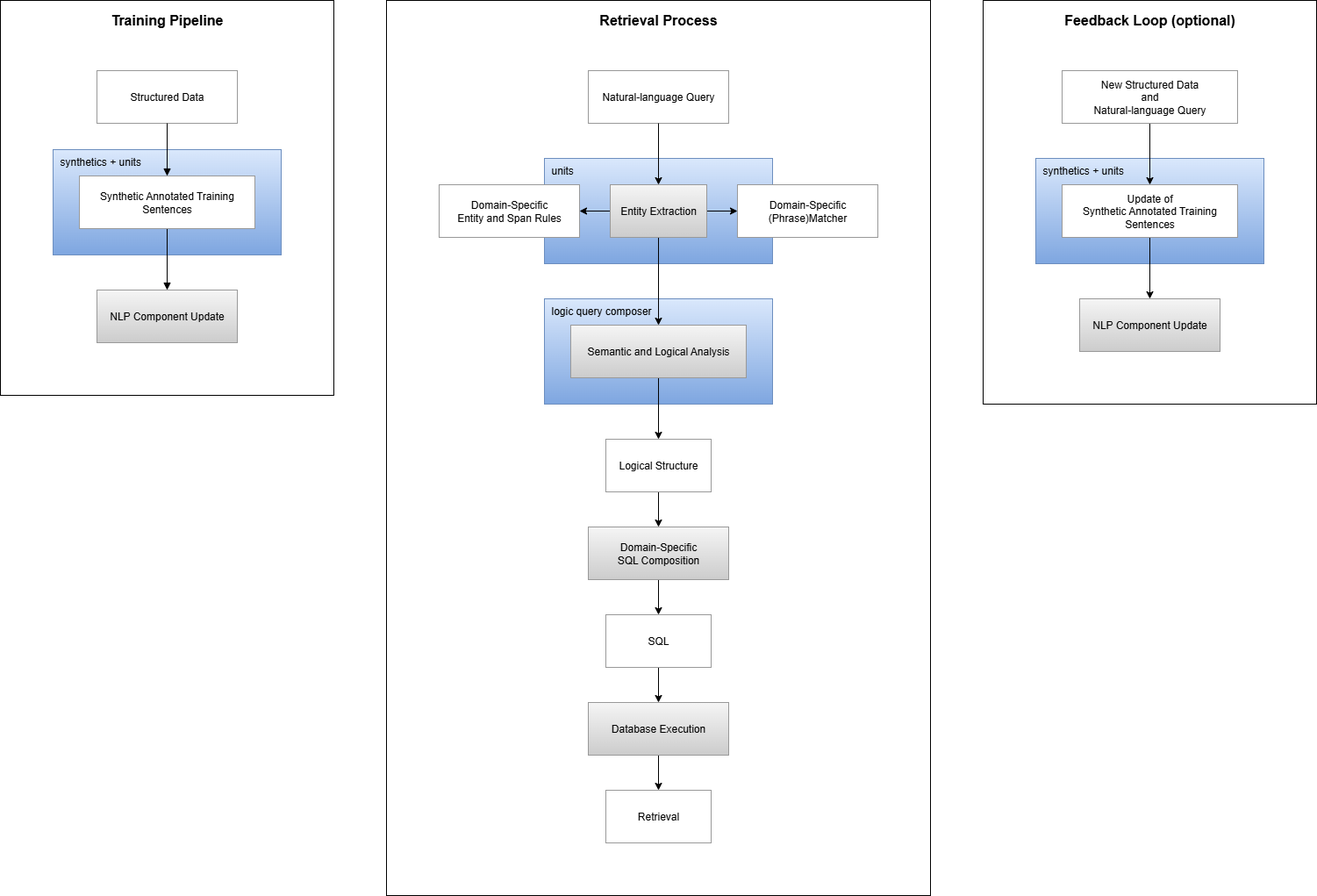
Above: assets/retrieval-process.png in seanox/seanox-ai-nlp (draw.io), before the change. Source tidied: cells renumbered, new cells last; positions are measured from the earlier drawing's top-left corner, leaving out a move shared by most shapes.
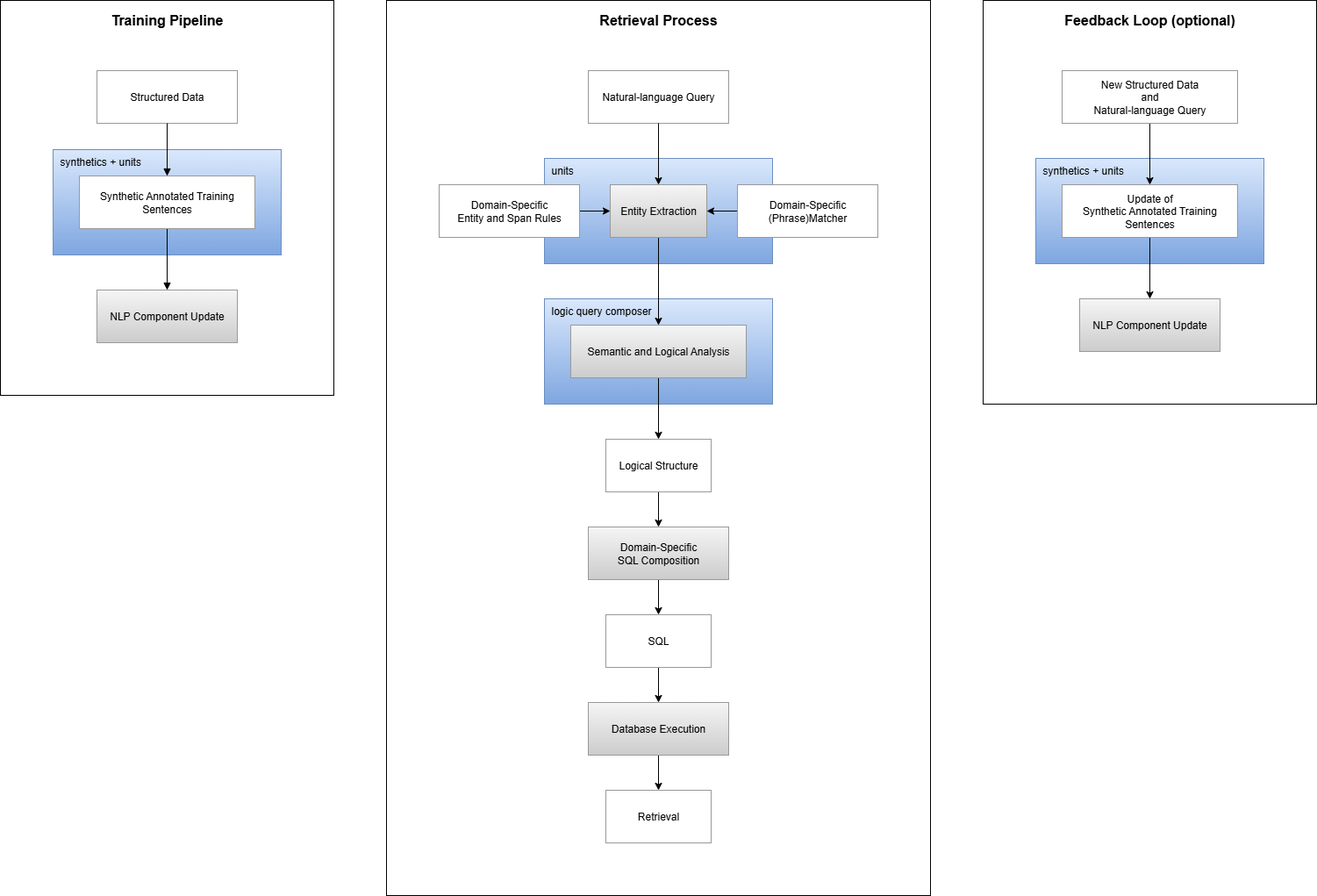
Above is the later version.

What changed in the source:
```diff
@@ -59,10 +59,10 @@
     <mxCell id="20" style="edgeStyle=orthogonalEdgeStyle;rounded=0;jettySize=auto;html=1;fontFamily=Helvetica;fontSize=12;fontColor=default;" parent="1" edge="1" source="23" target="33">
       <mxGeometry relative="1" as="geometry" />
     </mxCell>
-    <mxCell id="21" style="edgeStyle=orthogonalEdgeStyle;rounded=0;jettySize=auto;html=1;entryX=0;entryY=0.5;entryDx=0;entryDy=0;" parent="1" edge="1" source="23" target="37">
+    <mxCell id="21" style="edgeStyle=orthogonalEdgeStyle;rounded=0;jettySize=auto;html=1;entryX=0;entryY=0.5;entryDx=0;entryDy=0;startArrow=classic;startFill=1;endArrow=none;endFill=0;" parent="1" edge="1" source="23" target="37">
       <mxGeometry relative="1" as="geometry" />
     </mxCell>
-    <mxCell id="22" style="edgeStyle=orthogonalEdgeStyle;rounded=0;jettySize=auto;html=1;entryX=1;entryY=0.5;entryDx=0;entryDy=0;" parent="1" edge="1" source="23" target="36">
+    <mxCell id="22" style="edgeStyle=orthogonalEdgeStyle;rounded=0;jettySize=auto;html=1;entryX=1;entryY=0.5;entryDx=0;entryDy=0;startArrow=classic;startFill=1;endArrow=none;endFill=0;" parent="1" edge="1" source="23" target="36">
       <mxGeometry relative="1" as="geometry" />
     </mxCell>
     <mxCell id="23" value="Entity Extraction" style="whiteSpace=wrap;strokeWidth=1;fillColor=#f5f5f5;gradientColor=#CCCCCC;strokeColor=#999999;gradientDirection=south;" parent="1" vertex="1">
```
